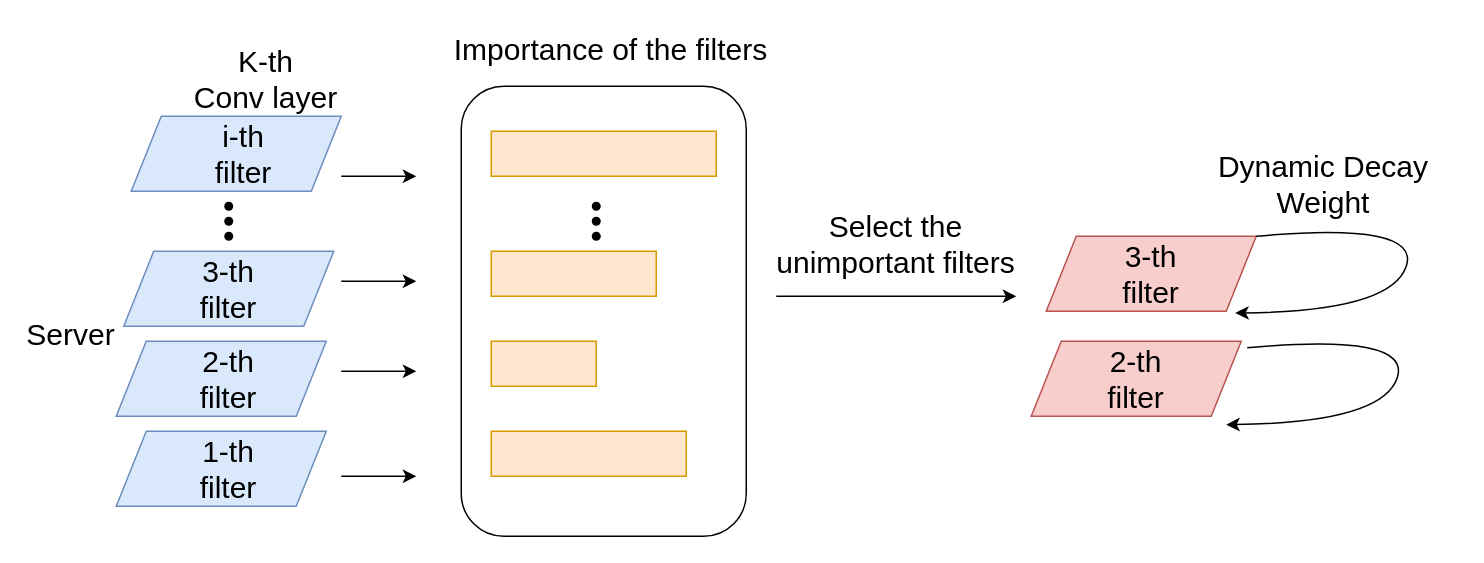
Earlier version of the draw.io diagram page "Page-2" (2 of 3) of .github/Untitled Diagram.drawio (2235425067/ExpressLRS). Source tidied: cells renumbered, new cells numbered last; positions are measured from the earlier drawing's top-left corner, leaving out a move shared by most shapes. Both pictures are drawn from the tidied source at 150%, with x=0, y=0 at pixel (26, 26).
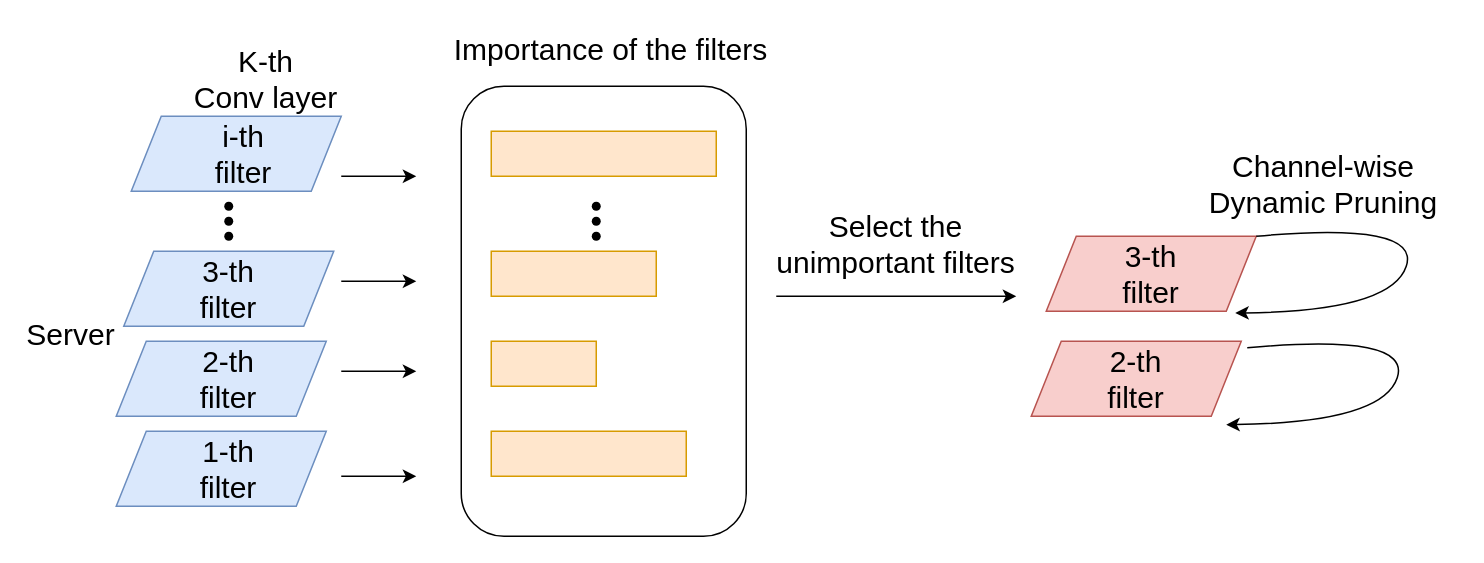
After the change.

Change to the diagram source:
```diff
@@
-    <mxCell id="35" value="&lt;span style=&quot;font-size: 20px;&quot;&gt;Dynamic Decay Weight&lt;/span&gt;" style="text;html=1;strokeColor=none;fillColor=none;align=center;verticalAlign=middle;whiteSpace=wrap;rounded=0;fontSize=12;" parent="1" vertex="1">
+    <mxCell id="35" value="&lt;span style=&quot;font-size: 20px;&quot;&gt;Channel-wise Dynamic Pruning&lt;/span&gt;" style="text;html=1;strokeColor=none;fillColor=none;align=center;verticalAlign=middle;whiteSpace=wrap;rounded=0;fontSize=12;" parent="1" vertex="1">
       <mxGeometry x="775" y="90" width="180" height="30" as="geometry" />
     </mxCell>
```
